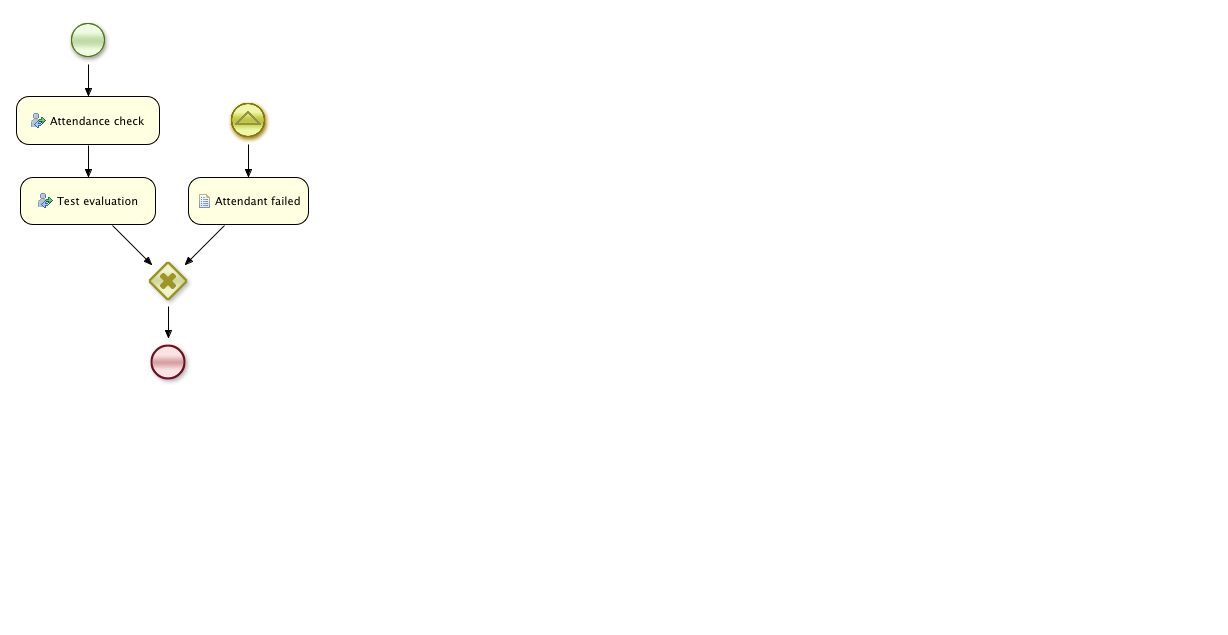
Above: src/main/resources/bpm/2012_test.png in janondrusek/MI-MPR-DIP-Admission (BPMN), before the change. Its source is kept beside it as src/main/resources/process/2012_test.bpmn. Ids are renumbered.
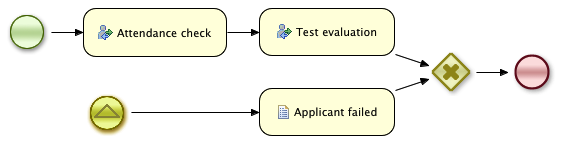
After the commit.

Diff of the diagram source:
```diff
@@ -23,8 +23,8 @@
     <property id="admission" itemSubjectRef="_admissionItem"/>
 
     <!-- nodes -->
+    <exclusiveGateway id="_16" name="Gateway - AT evaluated" gatewayDirection="Converging" />
     <startEvent id="_1" name="StartProcess" />
-    <exclusiveGateway id="_16" name="Gateway - AT evaluated" gatewayDirection="Converging" />
     <userTask id="_21" name="Attendance check" >
       <extensionElements>
         <tns:onEntry-script scriptFormat="http://www.java.com/java">
@@ -64,71 +64,71 @@
         </outputSet>
       </ioSpecification>
     </userTask>
-    <scriptTask id="_24" name="Attendant failed" scriptFormat="http://www.java.com/java" >
+    <endEvent id="_9" name="End" />
+    <scriptTask id="_24" name="Applicant failed" scriptFormat="http://www.java.com/java" >
       <script>System.out.println("Attendant failed in admission test");
 
 
 
 </script>
     </scriptTask>
-    <endEvent id="_9" name="End" />
 
     <!-- connections -->
     <sequenceFlow id="_22-_16" sourceRef="_22" targetRef="_16" />
     <sequenceFlow id="_24-_16" sourceRef="_24" targetRef="_16" />
     <sequenceFlow id="_1-_21" sourceRef="_1" targetRef="_21" />
     <sequenceFlow id="_21-_22" sourceRef="_21" targetRef="_22" />
+    <sequenceFlow id="_16-_9" sourceRef="_16" targetRef="_9" />
     <sequenceFlow id="_23-_24" sourceRef="_23" targetRef="_24" />
-    <sequenceFlow id="_16-_9" sourceRef="_16" targetRef="_9" />
 
   </process>
 
   <bpmndi:BPMNDiagram>
     <bpmndi:BPMNPlane bpmnElement="cz.cvut.fit.mi_mpr_dip.admission.2012_test" >
+      <bpmndi:BPMNShape bpmnElement="_16" >
+        <dc:Bounds x="440" y="56" width="48" height="48" />
+      </bpmndi:BPMNShape>
       <bpmndi:BPMNShape bpmnElement="_1" >
-        <dc:Bounds x="64" y="16" width="48" height="48" />
-      </bpmndi:BPMNShape>
-      <bpmndi:BPMNShape bpmnElement="_16" >
-        <dc:Bounds x="144" y="257" width="48" height="48" />
+        <dc:Bounds x="16" y="16" width="48" height="48" />
       </bpmndi:BPMNShape>
       <bpmndi:BPMNShape bpmnElement="_21" >
-        <dc:Bounds x="16" y="96" width="144" height="49" />
+        <dc:Bounds x="96" y="16" width="144" height="49" />
       </bpmndi:BPMNShape>
       <bpmndi:BPMNShape bpmnElement="_23" >
-        <dc:Bounds x="224" y="96" width="48" height="48" />
+        <dc:Bounds x="144" y="97" width="48" height="48" />
       </bpmndi:BPMNShape>
       <bpmndi:BPMNShape bpmnElement="_22" >
-        <dc:Bounds x="20" y="177" width="136" height="48" />
+        <dc:Bounds x="272" y="16" width="136" height="48" />
+      </bpmndi:BPMNShape>
+      <bpmndi:BPMNShape bpmnElement="_9" >
+        <dc:Bounds x="521" y="56" width="48" height="48" />
       </bpmndi:BPMNShape>
       <bpmndi:BPMNShape bpmnElement="_24" >
-        <dc:Bounds x="188" y="177" width="121" height="48" />
-      </bpmndi:BPMNShape>
-      <bpmndi:BPMNShape bpmnElement="_9" >
-        <dc:Bounds x="144" y="338" width="48" height="48" />
+        <dc:Bounds x="272" y="96" width="136" height="48" />
       </bpmndi:BPMNShape>
       <bpmndi:BPMNEdge bpmnElement="_22-_16" >
-        <di:waypoint x="88" y="201" />
-        <di:waypoint x="168" y="281" />
+        <di:waypoint x="340" y="40" />
+        <di:waypoint x="464" y="80" />
       </bpmndi:BPMNEdge>
       <bpmndi:BPMNEdge bpmnElement="_24-_16" >
-        <di:waypoint x="248" y="201" />
-        <di:waypoint x="168" y="281" />
+        <di:waypoint x="340" y="120" />
+        <di:waypoint x="464" y="80" />
       </bpmndi:BPMNEdge>
       <bpmndi:BPMNEdge bpmnElement="_1-_21" >
-        <di:waypoint x="88" y="40" />
-        <di:waypoint x="88" y="120" />
+        <di:waypoint x="40" y="40" />
+        <di:waypoint x="168" y="40" />
       </bpmndi:BPMNEdge>
       <bpmndi:BPMNEdge bpmnElement="_21-_22" >
-        <di:waypoint x="88" y="120" />
-        <di:waypoint x="88" y="201" />
+        <di:waypoint x="168" y="40" />
+        <di:waypoint x="340" y="40" />
+      </bpmndi:BPMNEdge>
+      <bpmndi:BPMNEdge bpmnElement="_16-_9" >
+        <di:waypoint x="464" y="80" />
+        <di:waypoint x="545" y="80" />
       </bpmndi:BPMNEdge>
       <bpmndi:BPMNEdge bpmnElement="_23-_24" >
-        <di:waypoint x="248" y="120" />
-        <di:waypoint x="248" y="201" />
-      </bpmndi:BPMNEdge>
-      <bpmndi:BPMNEdge bpmnElement="_16-_9" >
-        <di:waypoint x="168" y="281" />
-        <di:waypoint x="168" y="362" />
+        <di:waypoint x="168" y="121" />
+        <di:waypoint x="340" y="120" />
       </bpmndi:BPMNEdge>
     </bpmndi:BPMNPlane>
   </bpmndi:BPMNDiagram>
```
